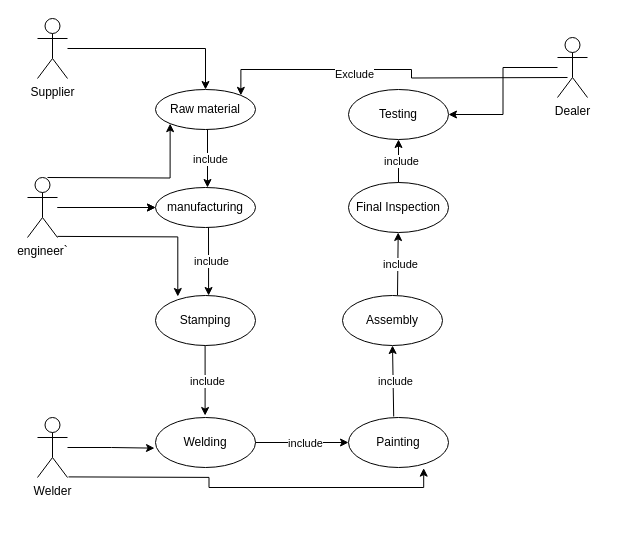
The draw.io diagram usecase.drawio in MohammadHamzaAttari/SystemProgramming, before the edit. Source tidied: cells renumbered, new cells numbered last; positions are measured from the earlier drawing's top-left corner, leaving out a move shared by most shapes. Both pictures are drawn from the tidied source at 100%, with x=0, y=0 at pixel (27, 18).
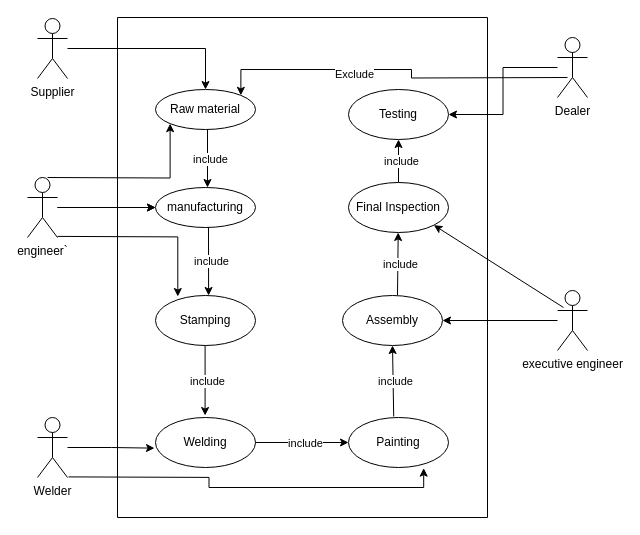
The same page after the edit.

The change refers to these unchanged cells:
```xml
<mxCell id="7" value="Assembly" style="ellipse;whiteSpace=wrap;html=1;" parent="1" vertex="1">
  <mxGeometry x="315" y="277" width="100" height="50" as="geometry" />
</mxCell>
<mxCell id="8" value="Final Inspection" style="ellipse;whiteSpace=wrap;html=1;" parent="1" vertex="1">
  <mxGeometry x="321" y="164" width="100" height="50" as="geometry" />
</mxCell>
```

Diff of the diagram source:
```diff
@@
+    <mxCell id="38" style="swimlane;startSize=0;" parent="1" vertex="1">
+      <mxGeometry x="90" y="-1" width="370" height="500" as="geometry" />
+    </mxCell>
+    <mxCell id="39" value="executive engineer" style="shape=umlActor;verticalLabelPosition=bottom;verticalAlign=top;html=1;outlineConnect=0;" parent="1" vertex="1">
+      <mxGeometry x="530" y="272" width="30" height="60" as="geometry" />
+    </mxCell>
+    <mxCell id="40" style="endArrow=classic;html=1;rounded=0;entryX=1;entryY=0.5;entryDx=0;entryDy=0;" parent="1" edge="1" source="39" target="7">
+      <mxGeometry relative="1" as="geometry" />
+    </mxCell>
+    <mxCell id="41" style="endArrow=classic;html=1;rounded=0;entryX=1;entryY=1;entryDx=0;entryDy=0;" parent="1" edge="1" target="8">
+      <mxGeometry relative="1" as="geometry">
+        <mxPoint x="536" y="289" as="sourcePoint" />
+      </mxGeometry>
+    </mxCell>
```
